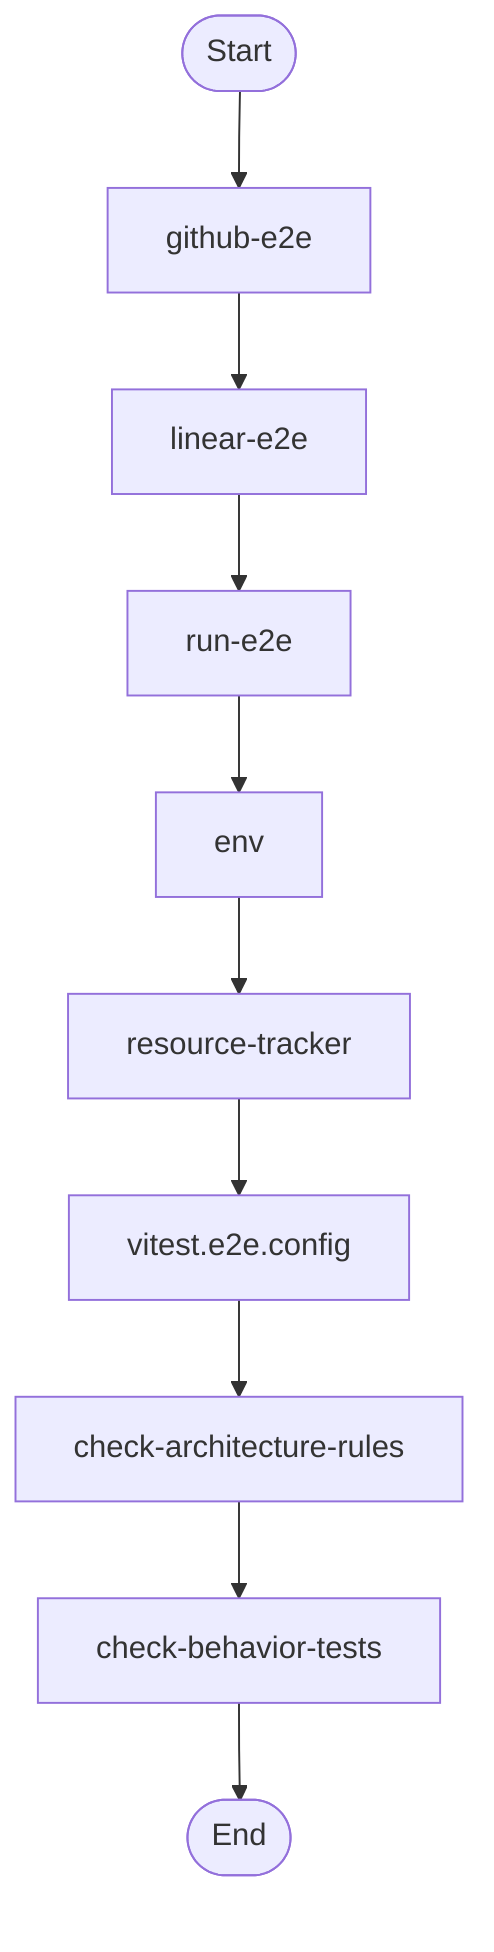
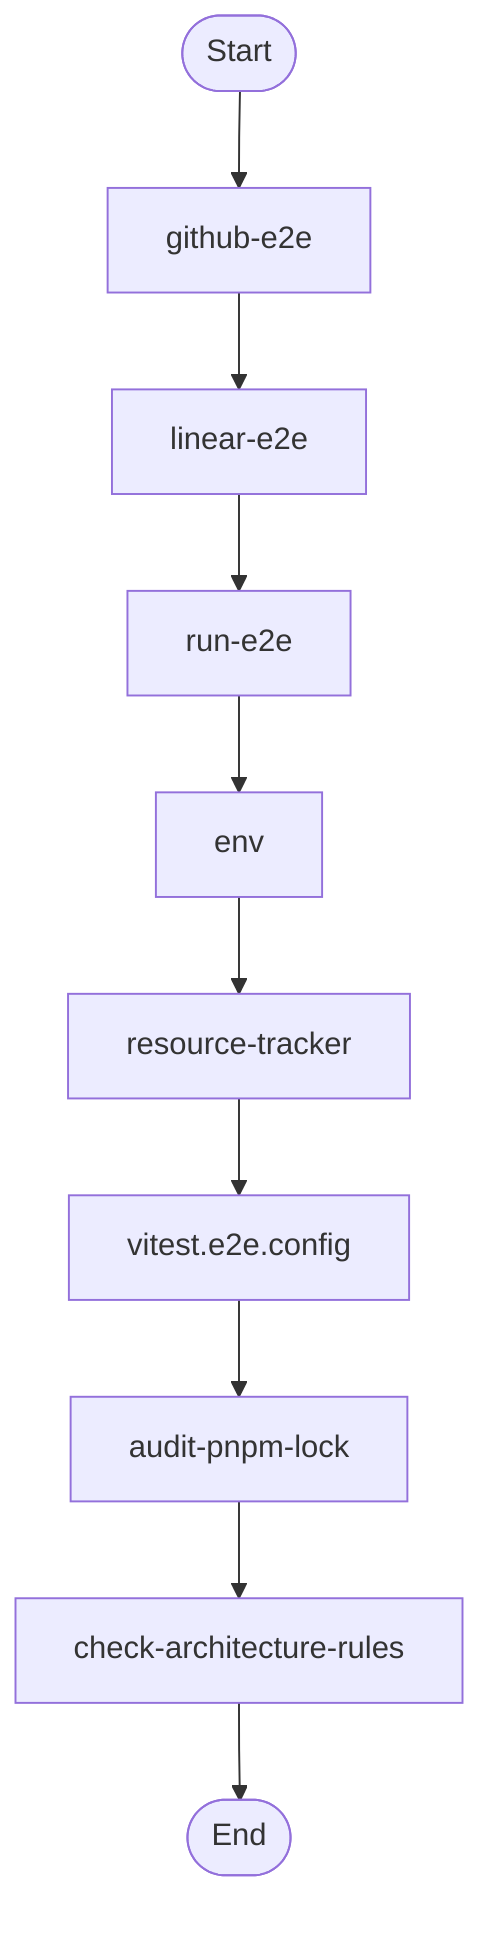
flowchart TD
  Start(["Start"])
  github_e2e_2891a341["github-e2e"]
  Start --> github_e2e_2891a341
  linear_e2e_decf3708["linear-e2e"]
  github_e2e_2891a341 --> linear_e2e_decf3708
  run_e2e_39efe696["run-e2e"]
  linear_e2e_decf3708 --> run_e2e_39efe696
  env_b77349bf["env"]
  run_e2e_39efe696 --> env_b77349bf
  resource_tracker_d95b6649["resource-tracker"]
  env_b77349bf --> resource_tracker_d95b6649
  vitest_e2e_config_4e2a61bc["vitest.e2e.config"]
  resource_tracker_d95b6649 --> vitest_e2e_config_4e2a61bc
+   audit_pnpm_lock_3bdddae2["audit-pnpm-lock"]
+   vitest_e2e_config_4e2a61bc --> audit_pnpm_lock_3bdddae2
  check_architecture_rules_6b7347fd["check-architecture-rules"]
-   vitest_e2e_config_4e2a61bc --> check_architecture_rules_6b7347fd
-   check_behavior_tests_2577f6be["check-behavior-tests"]
-   check_architecture_rules_6b7347fd --> check_behavior_tests_2577f6be
+   audit_pnpm_lock_3bdddae2 --> check_architecture_rules_6b7347fd
  End(["End"])
-   check_behavior_tests_2577f6be --> End
+   check_architecture_rules_6b7347fd --> End
